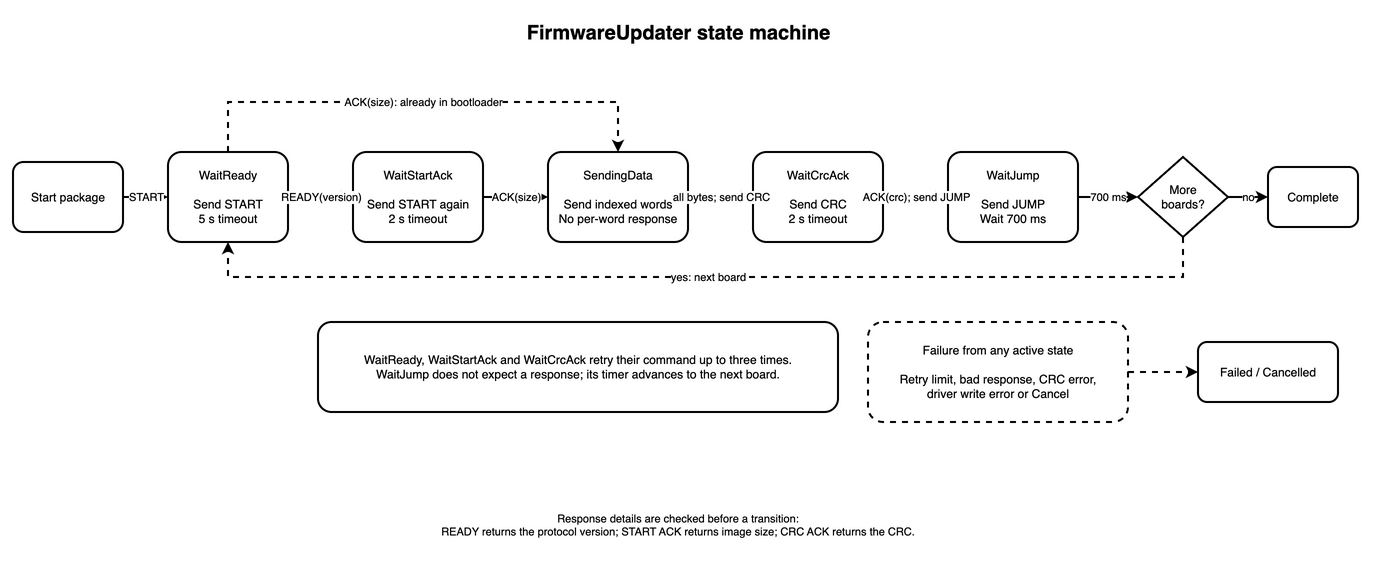
PurdueElectricRacing/monorepo keeps this draw.io diagram as docs/daqapp/daqapp_bootloader_state_machine.drawio.png. Above is the earlier version. Source tidied: cells renumbered, new cells last; positions are measured from the earlier drawing's top-left corner, leaving out a move shared by most shapes.
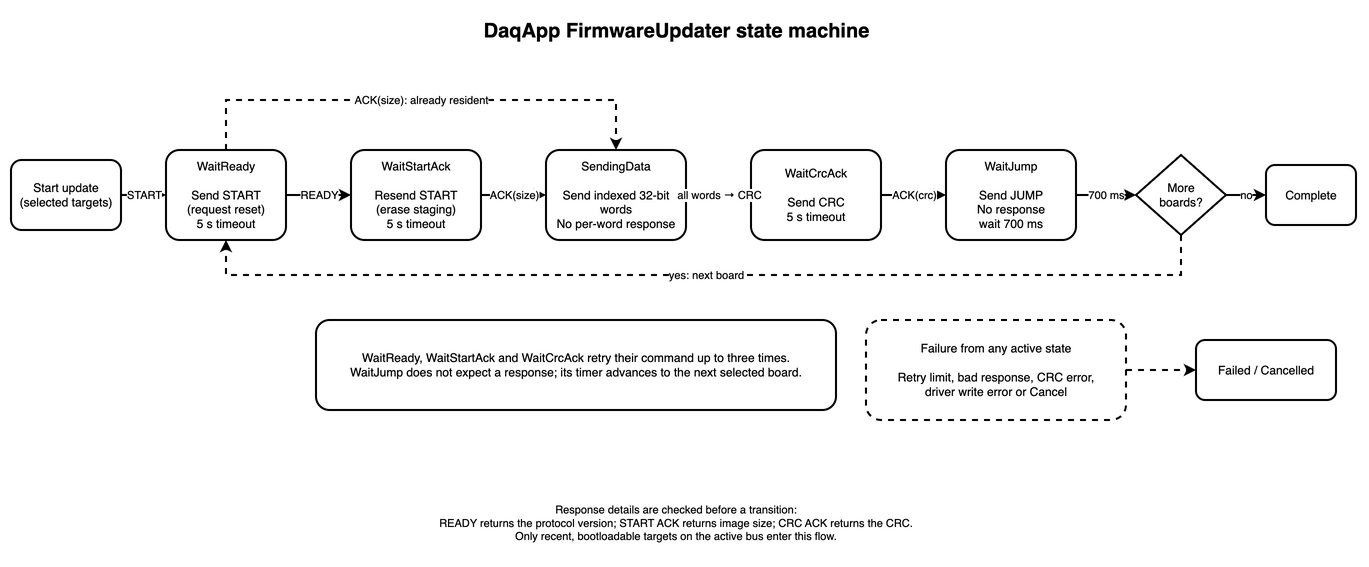
Later version of the same file.

Commit message:
Update bootloader diagrams

The edit, as a diff of the source:
```diff
@@ -2,25 +2,25 @@
   <root>
     <mxCell id="0" />
     <mxCell id="1" parent="0" />
-    <mxCell id="2" value="FirmwareUpdater state machine" style="text;html=1;align=center;verticalAlign=middle;fontSize=20;fontStyle=1;" parent="1" vertex="1">
+    <mxCell id="2" value="DaqApp FirmwareUpdater state machine" style="text;html=1;align=center;verticalAlign=middle;fontSize=20;fontStyle=1;" parent="1" vertex="1">
       <mxGeometry x="365" width="600" height="40" as="geometry" />
     </mxCell>
-    <mxCell id="3" value="Start package" style="rounded=1;whiteSpace=wrap;html=1;fontSize=12;strokeWidth=2;" parent="1" vertex="1">
+    <mxCell id="3" value="Start update&lt;br&gt;(selected targets)" style="rounded=1;whiteSpace=wrap;html=1;fontSize=12;strokeWidth=2;" parent="1" vertex="1">
       <mxGeometry y="150" width="110" height="70" as="geometry" />
     </mxCell>
-    <mxCell id="4" value="WaitReady&lt;br&gt;&lt;br&gt;Send START&lt;br&gt;5 s timeout" style="rounded=1;whiteSpace=wrap;html=1;fontSize=12;strokeWidth=2;" parent="1" vertex="1">
+    <mxCell id="4" value="WaitReady&lt;br&gt;&lt;br&gt;Send START&lt;br&gt;(request reset)&lt;br&gt;5 s timeout" style="rounded=1;whiteSpace=wrap;html=1;fontSize=12;strokeWidth=2;" parent="1" vertex="1">
       <mxGeometry x="155" y="140" width="120" height="90" as="geometry" />
     </mxCell>
-    <mxCell id="5" value="WaitStartAck&lt;br&gt;&lt;br&gt;Send START again&lt;br&gt;2 s timeout" style="rounded=1;whiteSpace=wrap;html=1;fontSize=12;strokeWidth=2;" parent="1" vertex="1">
+    <mxCell id="5" value="WaitStartAck&lt;br&gt;&lt;br&gt;Resend START&lt;br&gt;(erase staging)&lt;br&gt;5 s timeout" style="rounded=1;whiteSpace=wrap;html=1;fontSize=12;strokeWidth=2;" parent="1" vertex="1">
       <mxGeometry x="340" y="140" width="130" height="90" as="geometry" />
     </mxCell>
-    <mxCell id="6" value="SendingData&lt;br&gt;&lt;br&gt;Send indexed words&lt;br&gt;No per-word response" style="rounded=1;whiteSpace=wrap;html=1;fontSize=12;strokeWidth=2;" parent="1" vertex="1">
+    <mxCell id="6" value="SendingData&lt;br&gt;&lt;br&gt;Send indexed 32-bit words&lt;br&gt;No per-word response" style="rounded=1;whiteSpace=wrap;html=1;fontSize=12;strokeWidth=2;" parent="1" vertex="1">
       <mxGeometry x="535" y="140" width="140" height="90" as="geometry" />
     </mxCell>
-    <mxCell id="7" value="WaitCrcAck&lt;br&gt;&lt;br&gt;Send CRC&lt;br&gt;2 s timeout" style="rounded=1;whiteSpace=wrap;html=1;fontSize=12;strokeWidth=2;" parent="1" vertex="1">
+    <mxCell id="7" value="WaitCrcAck&lt;br&gt;&lt;br&gt;Send CRC&lt;br&gt;5 s timeout" style="rounded=1;whiteSpace=wrap;html=1;fontSize=12;strokeWidth=2;" parent="1" vertex="1">
       <mxGeometry x="740" y="140" width="130" height="90" as="geometry" />
     </mxCell>
-    <mxCell id="8" value="WaitJump&lt;br&gt;&lt;br&gt;Send JUMP&lt;br&gt;Wait 700 ms" style="rounded=1;whiteSpace=wrap;html=1;fontSize=12;strokeWidth=2;" parent="1" vertex="1">
+    <mxCell id="8" value="WaitJump&lt;br&gt;&lt;br&gt;Send JUMP&lt;br&gt;No response&lt;br&gt;wait 700 ms" style="rounded=1;whiteSpace=wrap;html=1;fontSize=12;strokeWidth=2;" parent="1" vertex="1">
       <mxGeometry x="935" y="140" width="130" height="90" as="geometry" />
     </mxCell>
     <mxCell id="9" value="More&lt;br&gt;boards?" style="rhombus;whiteSpace=wrap;html=1;fontSize=12;strokeWidth=2;" parent="1" vertex="1">
@@ -29,7 +29,7 @@
     <mxCell id="10" value="Complete" style="rounded=1;whiteSpace=wrap;html=1;fontSize=12;strokeWidth=2;" parent="1" vertex="1">
       <mxGeometry x="1255" y="155" width="90" height="60" as="geometry" />
     </mxCell>
-    <mxCell id="11" value="WaitReady, WaitStartAck and WaitCrcAck retry their command up to three times.&lt;br&gt;WaitJump does not expect a response; its timer advances to the next board." style="rounded=1;whiteSpace=wrap;html=1;fontSize=12;strokeWidth=2;" parent="1" vertex="1">
+    <mxCell id="11" value="WaitReady, WaitStartAck and WaitCrcAck retry their command up to three times.&lt;br&gt;WaitJump does not expect a response; its timer advances to the next selected board." style="rounded=1;whiteSpace=wrap;html=1;fontSize=12;strokeWidth=2;" parent="1" vertex="1">
       <mxGeometry x="305" y="310" width="520" height="90" as="geometry" />
     </mxCell>
     <mxCell id="12" value="Failure from any active state&lt;br&gt;&lt;br&gt;Retry limit, bad response, CRC error,&lt;br&gt;driver write error or Cancel" style="rounded=1;whiteSpace=wrap;html=1;fontSize=12;strokeWidth=2;dashed=1;dashPattern=3 3;" parent="1" vertex="1">
@@ -38,16 +38,16 @@
     <mxCell id="13" value="Failed / Cancelled" style="rounded=1;whiteSpace=wrap;html=1;fontSize=12;strokeWidth=2;" parent="1" vertex="1">
       <mxGeometry x="1185" y="330" width="140" height="60" as="geometry" />
     </mxCell>
-    <mxCell id="14" value="Response details are checked before a transition:&lt;br&gt;READY returns the protocol version; START ACK returns image size; CRC ACK returns the CRC." style="text;html=1;whiteSpace=wrap;align=center;verticalAlign=middle;fontSize=11;" parent="1" vertex="1">
+    <mxCell id="14" value="Response details are checked before a transition:&lt;br&gt;READY returns the protocol version; START ACK returns image size; CRC ACK returns the CRC.&lt;br&gt;Only recent, bootloadable targets on the active bus enter this flow." style="text;html=1;whiteSpace=wrap;align=center;verticalAlign=middle;fontSize=11;" parent="1" vertex="1">
       <mxGeometry x="305" y="480" width="720" height="65" as="geometry" />
     </mxCell>
     <mxCell id="15" value="START" style="edgeStyle=orthogonalEdgeStyle;rounded=0;jettySize=auto;html=1;endArrow=classic;fontSize=11;strokeWidth=2;" parent="1" edge="1" source="3" target="4">
       <mxGeometry relative="1" as="geometry" />
     </mxCell>
-    <mxCell id="16" value="READY(version)" style="edgeStyle=orthogonalEdgeStyle;rounded=0;jettySize=auto;html=1;endArrow=classic;fontSize=11;strokeWidth=2;" parent="1" edge="1" source="4" target="5">
+    <mxCell id="16" value="READY" style="edgeStyle=orthogonalEdgeStyle;rounded=0;jettySize=auto;html=1;endArrow=classic;fontSize=11;strokeWidth=2;" parent="1" edge="1" source="4" target="5">
       <mxGeometry relative="1" as="geometry" />
     </mxCell>
-    <mxCell id="17" value="ACK(size): already in bootloader" style="edgeStyle=orthogonalEdgeStyle;rounded=0;jettySize=auto;html=1;dashed=1;dashPattern=3 3;endArrow=classic;fontSize=11;strokeWidth=2;" parent="1" edge="1" source="4" target="6">
+    <mxCell id="17" value="ACK(size): already resident" style="edgeStyle=orthogonalEdgeStyle;rounded=0;jettySize=auto;html=1;dashed=1;dashPattern=3 3;endArrow=classic;fontSize=11;strokeWidth=2;" parent="1" edge="1" source="4" target="6">
       <mxGeometry relative="1" as="geometry">
         <Array as="points">
           <mxPoint x="215" y="90" />
@@ -58,10 +58,10 @@
     <mxCell id="18" value="ACK(size)" style="edgeStyle=orthogonalEdgeStyle;rounded=0;jettySize=auto;html=1;endArrow=classic;fontSize=11;strokeWidth=2;" parent="1" edge="1" source="5" target="6">
       <mxGeometry relative="1" as="geometry" />
     </mxCell>
-    <mxCell id="19" value="all bytes; send CRC" style="edgeStyle=orthogonalEdgeStyle;rounded=0;jettySize=auto;html=1;endArrow=classic;fontSize=11;strokeWidth=2;" parent="1" edge="1" source="6" target="7">
+    <mxCell id="19" value="all words → CRC" style="edgeStyle=orthogonalEdgeStyle;rounded=0;jettySize=auto;html=1;endArrow=classic;fontSize=11;strokeWidth=2;" parent="1" edge="1" source="6" target="7">
       <mxGeometry relative="1" as="geometry" />
     </mxCell>
-    <mxCell id="20" value="ACK(crc); send JUMP" style="edgeStyle=orthogonalEdgeStyle;rounded=0;jettySize=auto;html=1;endArrow=classic;fontSize=11;strokeWidth=2;" parent="1" edge="1" source="7" target="8">
+    <mxCell id="20" value="ACK(crc)" style="edgeStyle=orthogonalEdgeStyle;rounded=0;jettySize=auto;html=1;endArrow=classic;fontSize=11;strokeWidth=2;" parent="1" edge="1" source="7" target="8">
       <mxGeometry relative="1" as="geometry" />
     </mxCell>
     <mxCell id="21" value="700 ms" style="edgeStyle=orthogonalEdgeStyle;rounded=0;jettySize=auto;html=1;endArrow=classic;fontSize=11;strokeWidth=2;" parent="1" edge="1" source="8" target="9">
```
